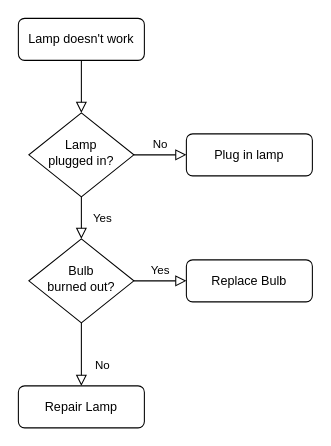
Before: Untitled Diagram.drawio in sara-kaczmarek/LLMB4ABSC, a draw.io diagram. Source tidied: cells renumbered, new cells numbered last; positions are measured from the earlier drawing's top-left corner, leaving out a move shared by most shapes. Both pictures are drawn from the tidied source at 105%, with x=0, y=0 at pixel (18, 18).
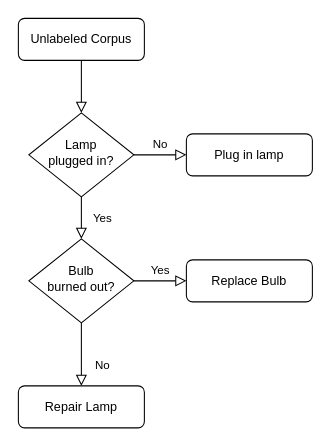
The same page after the edit.

Commit message:
Data Augmentation Diagram.drawio

Change to the diagram source:
```diff
@@
 <mxGraphModel>
   <root>
     <mxCell id="0" />
     <mxCell id="1" parent="0" />
     <mxCell id="2" style="rounded=0;html=1;jettySize=auto;fontSize=11;endArrow=block;endFill=0;endSize=8;strokeWidth=1;shadow=0;labelBackgroundColor=none;edgeStyle=orthogonalEdgeStyle;" parent="1" edge="1" source="3" target="6">
       <mxGeometry relative="1" as="geometry" />
     </mxCell>
-    <mxCell id="3" value="Lamp doesn't work" style="rounded=1;whiteSpace=wrap;html=1;fontSize=12;glass=0;strokeWidth=1;shadow=0;" parent="1" vertex="1">
+    <mxCell id="3" value="Unlabeled Corpus" style="rounded=1;whiteSpace=wrap;html=1;fontSize=12;glass=0;strokeWidth=1;shadow=0;" parent="1" vertex="1">
       <mxGeometry width="120" height="40" as="geometry" />
     </mxCell>
     <mxCell id="4" value="Yes" style="rounded=0;html=1;jettySize=auto;fontSize=11;endArrow=block;endFill=0;endSize=8;strokeWidth=1;shadow=0;labelBackgroundColor=none;edgeStyle=orthogonalEdgeStyle;" parent="1" edge="1" source="6" target="10">
       <mxGeometry y="20" relative="1" as="geometry" />
     </mxCell>
     <mxCell id="5" value="No" style="edgeStyle=orthogonalEdgeStyle;rounded=0;html=1;jettySize=auto;fontSize=11;endArrow=block;endFill=0;endSize=8;strokeWidth=1;shadow=0;labelBackgroundColor=none;" parent="1" edge="1" source="6" target="7">
       <mxGeometry y="10" relative="1" as="geometry" />
     </mxCell>
     <mxCell id="6" value="Lamp&lt;br&gt;plugged in?" style="rhombus;whiteSpace=wrap;html=1;shadow=0;fontFamily=Helvetica;fontSize=12;align=center;strokeWidth=1;spacing=6;spacingTop=-4;" parent="1" vertex="1">
       <mxGeometry x="10" y="90" width="100" height="80" as="geometry" />
     </mxCell>
     <mxCell id="7" value="Plug in lamp" style="rounded=1;whiteSpace=wrap;html=1;fontSize=12;glass=0;strokeWidth=1;shadow=0;" parent="1" vertex="1">
       <mxGeometry x="160" y="110" width="120" height="40" as="geometry" />
     </mxCell>
     <mxCell id="8" value="No" style="rounded=0;html=1;jettySize=auto;fontSize=11;endArrow=block;endFill=0;endSize=8;strokeWidth=1;shadow=0;labelBackgroundColor=none;edgeStyle=orthogonalEdgeStyle;" parent="1" edge="1" source="10" target="11">
       <mxGeometry x="0.33" y="20" relative="1" as="geometry" />
     </mxCell>
     <mxCell id="9" value="Yes" style="edgeStyle=orthogonalEdgeStyle;rounded=0;html=1;jettySize=auto;fontSize=11;endArrow=block;endFill=0;endSize=8;strokeWidth=1;shadow=0;labelBackgroundColor=none;" parent="1" edge="1" source="10" target="12">
       <mxGeometry y="10" relative="1" as="geometry" />
     </mxCell>
     <mxCell id="10" value="Bulb&lt;br&gt;burned out?" style="rhombus;whiteSpace=wrap;html=1;shadow=0;fontFamily=Helvetica;fontSize=12;align=center;strokeWidth=1;spacing=6;spacingTop=-4;" parent="1" vertex="1">
       <mxGeometry x="10" y="210" width="100" height="80" as="geometry" />
     </mxCell>
     <mxCell id="11" value="Repair Lamp" style="rounded=1;whiteSpace=wrap;html=1;fontSize=12;glass=0;strokeWidth=1;shadow=0;" parent="1" vertex="1">
       <mxGeometry y="350" width="120" height="40" as="geometry" />
     </mxCell>
     <mxCell id="12" value="Replace Bulb" style="rounded=1;whiteSpace=wrap;html=1;fontSize=12;glass=0;strokeWidth=1;shadow=0;" parent="1" vertex="1">
       <mxGeometry x="160" y="230" width="120" height="40" as="geometry" />
     </mxCell>
   </root>
 </mxGraphModel>
```
